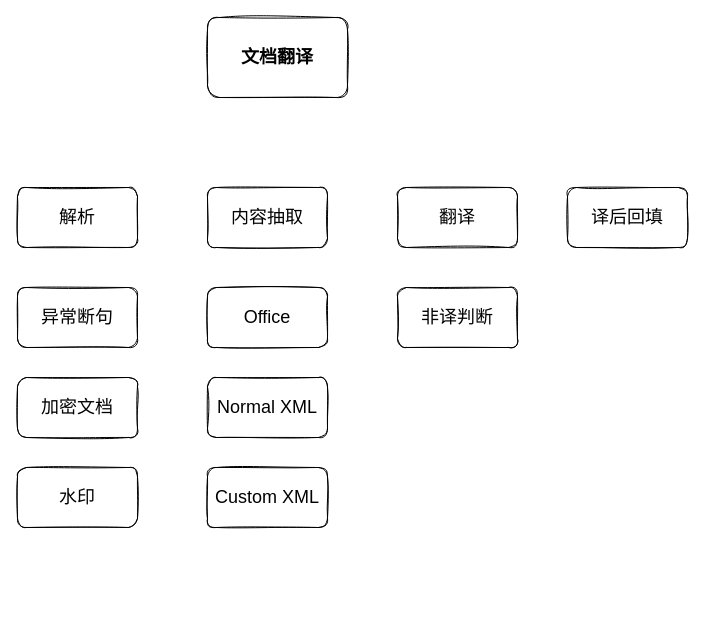
The draw.io diagram 未命名绘图.drawio in hgdhot/draw, before the edit. Source tidied: cells renumbered, new cells numbered last; positions are measured from the earlier drawing's top-left corner, leaving out a move shared by most shapes. Both pictures are drawn from the tidied source at 100%, with x=0, y=0 at pixel (17, 17).
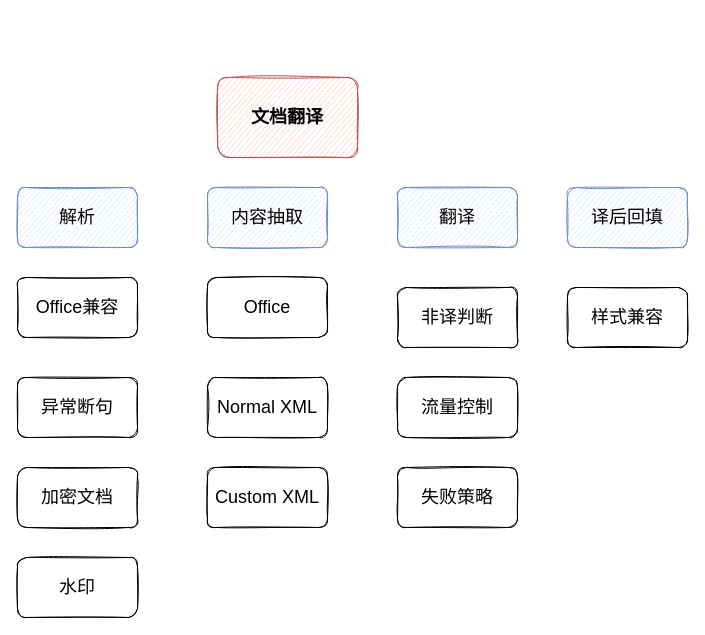
Above is the later version.

Commit message:
更新未命名绘图.drawio

Diff of the diagram source:
```diff
@@
 <mxGraphModel>
   <root>
     <mxCell id="0" />
     <mxCell id="1" parent="0" />
-    <mxCell id="2" value="文档翻译" style="rounded=1;whiteSpace=wrap;html=1;shadow=0;sketch=1;fontStyle=1;labelBorderColor=none;fontSize=18;" parent="1" vertex="1">
-      <mxGeometry x="190" width="140" height="80" as="geometry" />
+    <mxCell id="2" value="文档翻译" style="rounded=1;whiteSpace=wrap;html=1;shadow=0;sketch=1;fontStyle=1;labelBorderColor=none;fontSize=18;fillColor=#f8cecc;strokeColor=#b85450;" parent="1" vertex="1">
+      <mxGeometry x="200" y="60" width="140" height="80" as="geometry" />
     </mxCell>
-    <mxCell id="3" value="解析" style="rounded=1;whiteSpace=wrap;html=1;shadow=0;labelBorderColor=none;sketch=1;fontSize=18;fontColor=#000000;gradientColor=none;" parent="1" vertex="1">
+    <mxCell id="3" value="解析" style="rounded=1;whiteSpace=wrap;html=1;shadow=0;labelBorderColor=none;sketch=1;fontSize=18;fillColor=#dae8fc;strokeColor=#6c8ebf;" parent="1" vertex="1">
       <mxGeometry y="170" width="120" height="60" as="geometry" />
     </mxCell>
     <mxCell id="4" value="异常断句" style="rounded=1;whiteSpace=wrap;html=1;shadow=0;labelBorderColor=none;sketch=1;fontSize=18;fontColor=#000000;gradientColor=none;" parent="1" vertex="1">
-      <mxGeometry y="270" width="120" height="60" as="geometry" />
+      <mxGeometry y="360" width="120" height="60" as="geometry" />
     </mxCell>
-    <mxCell id="5" value="内容抽取" style="rounded=1;whiteSpace=wrap;html=1;shadow=0;labelBorderColor=none;sketch=1;fontSize=18;fontColor=#000000;gradientColor=none;" parent="1" vertex="1">
+    <mxCell id="5" value="内容抽取" style="rounded=1;whiteSpace=wrap;html=1;shadow=0;labelBorderColor=none;sketch=1;fontSize=18;fillColor=#dae8fc;strokeColor=#6c8ebf;" parent="1" vertex="1">
       <mxGeometry x="190" y="170" width="120" height="60" as="geometry" />
     </mxCell>
-    <mxCell id="6" value="译后回填" style="rounded=1;whiteSpace=wrap;html=1;shadow=0;labelBorderColor=none;sketch=1;fontSize=18;fontColor=#000000;gradientColor=none;" parent="1" vertex="1">
+    <mxCell id="6" value="译后回填" style="rounded=1;whiteSpace=wrap;html=1;shadow=0;labelBorderColor=none;sketch=1;fontSize=18;fillColor=#dae8fc;strokeColor=#6c8ebf;" parent="1" vertex="1">
       <mxGeometry x="550" y="170" width="120" height="60" as="geometry" />
     </mxCell>
     <mxCell id="7" value="Office" style="rounded=1;whiteSpace=wrap;html=1;shadow=0;labelBorderColor=none;sketch=1;fontSize=18;fontColor=#000000;gradientColor=none;" parent="1" vertex="1">
-      <mxGeometry x="190" y="270" width="120" height="60" as="geometry" />
+      <mxGeometry x="190" y="260" width="120" height="60" as="geometry" />
     </mxCell>
     <mxCell id="8" value="Normal XML" style="rounded=1;whiteSpace=wrap;html=1;shadow=0;labelBorderColor=none;sketch=1;fontSize=18;fontColor=#000000;gradientColor=none;" parent="1" vertex="1">
       <mxGeometry x="190" y="360" width="120" height="60" as="geometry" />
     </mxCell>
     <mxCell id="9" value="Custom XML" style="rounded=1;whiteSpace=wrap;html=1;shadow=0;labelBorderColor=none;sketch=1;fontSize=18;fontColor=#000000;gradientColor=none;" parent="1" vertex="1">
       <mxGeometry x="190" y="450" width="120" height="60" as="geometry" />
     </mxCell>
-    <mxCell id="10" value="翻译" style="rounded=1;whiteSpace=wrap;html=1;shadow=0;labelBorderColor=none;sketch=1;fontSize=18;fontColor=#000000;gradientColor=none;" parent="1" vertex="1">
+    <mxCell id="10" value="翻译" style="rounded=1;whiteSpace=wrap;html=1;shadow=0;labelBorderColor=none;sketch=1;fontSize=18;fillColor=#dae8fc;strokeColor=#6c8ebf;" parent="1" vertex="1">
       <mxGeometry x="380" y="170" width="120" height="60" as="geometry" />
     </mxCell>
     <mxCell id="11" value="非译判断" style="rounded=1;whiteSpace=wrap;html=1;shadow=0;labelBorderColor=none;sketch=1;fontSize=18;fontColor=#000000;gradientColor=none;" parent="1" vertex="1">
       <mxGeometry x="380" y="270" width="120" height="60" as="geometry" />
     </mxCell>
     <mxCell id="12" value="加密文档" style="rounded=1;whiteSpace=wrap;html=1;shadow=0;labelBorderColor=none;sketch=1;fontSize=18;fontColor=#000000;gradientColor=none;" parent="1" vertex="1">
-      <mxGeometry y="360" width="120" height="60" as="geometry" />
+      <mxGeometry y="450" width="120" height="60" as="geometry" />
     </mxCell>
     <mxCell id="13" value="水印" style="rounded=1;whiteSpace=wrap;html=1;shadow=0;labelBorderColor=none;sketch=1;fontSize=18;fontColor=#000000;gradientColor=none;" parent="1" vertex="1">
-      <mxGeometry y="450" width="120" height="60" as="geometry" />
+      <mxGeometry y="540" width="120" height="60" as="geometry" />
     </mxCell>
+    <mxCell id="14" value="流量控制" style="rounded=1;whiteSpace=wrap;html=1;shadow=0;labelBorderColor=none;sketch=1;fontSize=18;fontColor=#000000;gradientColor=none;" parent="1" vertex="1">
+      <mxGeometry x="380" y="360" width="120" height="60" as="geometry" />
+    </mxCell>
+    <mxCell id="15" value="失败策略" style="rounded=1;whiteSpace=wrap;html=1;shadow=0;labelBorderColor=none;sketch=1;fontSize=18;fontColor=#000000;gradientColor=none;" parent="1" vertex="1">
+      <mxGeometry x="380" y="450" width="120" height="60" as="geometry" />
+    </mxCell>
+    <mxCell id="16" value="Office兼容" style="rounded=1;whiteSpace=wrap;html=1;shadow=0;labelBorderColor=none;sketch=1;fontSize=18;fontColor=#000000;gradientColor=none;" parent="1" vertex="1">
+      <mxGeometry y="260" width="120" height="60" as="geometry" />
+    </mxCell>
+    <mxCell id="17" value="样式兼容" style="rounded=1;whiteSpace=wrap;html=1;shadow=0;labelBorderColor=none;sketch=1;fontSize=18;fontColor=#000000;gradientColor=none;" parent="1" vertex="1">
+      <mxGeometry x="550" y="270" width="120" height="60" as="geometry" />
+    </mxCell>
   </root>
 </mxGraphModel>
```
